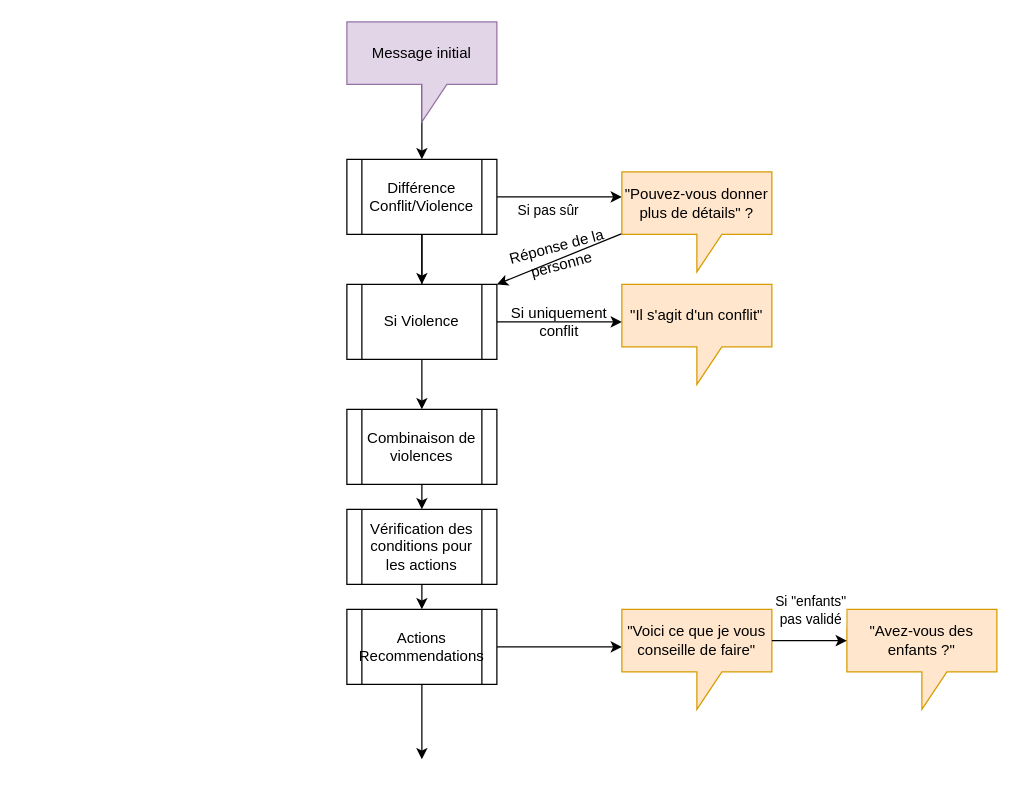
Earlier version of the draw.io diagram schematics.drawio (Ildsjel-EPFL/Haven). Source tidied: cells renumbered, new cells numbered last; positions are measured from the earlier drawing's top-left corner, leaving out a move shared by most shapes. Both pictures are drawn from the tidied source at 125%, with x=0, y=0 at pixel (346, 21).
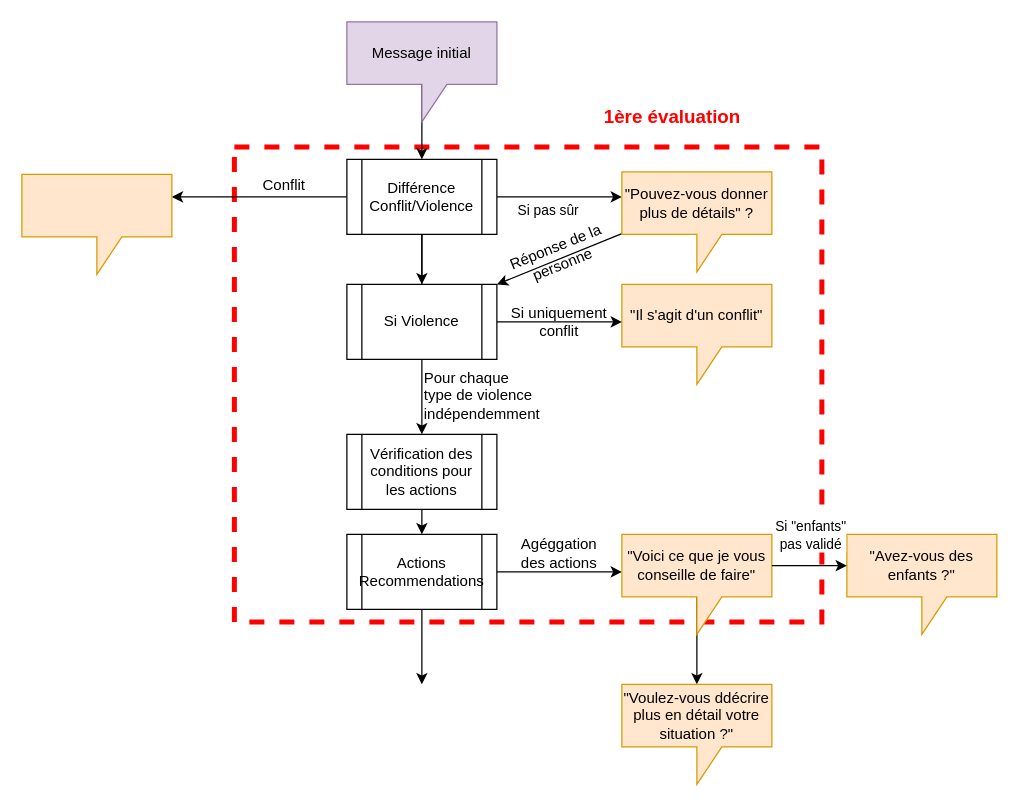
Above is the later version.

Commit message (it also covers changes not shown here):
feat: Implement first round evaluation for situation and conditions, update violence criteria handling

Unchanged cells that the change refers to:
```xml
<mxCell id="8" value="Différence Conflit/Violence" style="shape=process;whiteSpace=wrap;html=1;backgroundOutline=1;" parent="1" vertex="1">
  <mxGeometry y="110" width="120" height="60" as="geometry" />
</mxCell>
```

Diff of the diagram source:
```diff
@@
+    <mxCell id="27" style="rounded=0;whiteSpace=wrap;html=1;fillColor=none;strokeColor=#FF0000;dashed=1;strokeWidth=4;" parent="1" vertex="1">
+      <mxGeometry x="-90" y="100" width="470" height="380" as="geometry" />
+    </mxCell>
@@
-    <mxCell id="6" style="edgeStyle=none;html=1;entryX=0.5;entryY=0;entryDx=0;entryDy=0;" parent="1" edge="1" source="8">
-      <mxGeometry relative="1" as="geometry">
-        <mxPoint x="60" y="310" as="targetPoint" />
-      </mxGeometry>
+    <mxCell id="6" style="edgeStyle=none;html=1;entryX=0.5;entryY=0;entryDx=0;entryDy=0;" parent="1" edge="1" source="8" target="19">
+      <mxGeometry relative="1" as="geometry" />
     </mxCell>
@@
+    <mxCell id="28" style="edgeStyle=none;html=1;" parent="1" edge="1" source="8">
+      <mxGeometry relative="1" as="geometry">
+        <mxPoint x="-140" y="140" as="targetPoint" />
+      </mxGeometry>
+    </mxCell>
@@
-    <mxCell id="15" value="Réponse de la personne" style="text;html=1;whiteSpace=wrap;strokeColor=none;fillColor=none;align=center;verticalAlign=middle;rounded=0;rotation=-15;" parent="1" vertex="1">
+    <mxCell id="15" value="Réponse de la personne" style="text;html=1;whiteSpace=wrap;strokeColor=none;fillColor=none;align=center;verticalAlign=middle;rounded=0;rotation=338;" parent="1" vertex="1">
       <mxGeometry x="120" y="172" width="100" height="30" as="geometry" />
     </mxCell>
-    <mxCell id="16" style="edgeStyle=none;html=1;entryX=0.5;entryY=0;entryDx=0;entryDy=0;" parent="1" edge="1" source="17" target="19">
-      <mxGeometry relative="1" as="geometry" />
-    </mxCell>
-    <mxCell id="17" value="Combinaison de violences" style="shape=process;whiteSpace=wrap;html=1;backgroundOutline=1;" parent="1" vertex="1">
-      <mxGeometry y="310" width="120" height="60" as="geometry" />
-    </mxCell>
@@
     <mxCell id="19" value="Vérification des conditions pour les actions" style="shape=process;whiteSpace=wrap;html=1;backgroundOutline=1;" parent="1" vertex="1">
-      <mxGeometry y="390" width="120" height="60" as="geometry" />
+      <mxGeometry y="330" width="120" height="60" as="geometry" />
     </mxCell>
     <mxCell id="20" style="edgeStyle=none;html=1;" parent="1" edge="1" source="22">
       <mxGeometry relative="1" as="geometry">
-        <mxPoint x="60" y="590" as="targetPoint" />
+        <mxPoint x="60" y="530" as="targetPoint" />
       </mxGeometry>
     </mxCell>
     <mxCell id="21" style="edgeStyle=none;html=1;" parent="1" edge="1" source="22">
       <mxGeometry relative="1" as="geometry">
-        <mxPoint x="220" y="500" as="targetPoint" />
+        <mxPoint x="220" y="440" as="targetPoint" />
       </mxGeometry>
     </mxCell>
     <mxCell id="22" value="Actions Recommendations" style="shape=process;whiteSpace=wrap;html=1;backgroundOutline=1;" parent="1" vertex="1">
-      <mxGeometry y="470" width="120" height="60" as="geometry" />
+      <mxGeometry y="410" width="120" height="60" as="geometry" />
     </mxCell>
+    <mxCell id="29" style="edgeStyle=none;html=1;" parent="1" edge="1" source="23" target="35">
+      <mxGeometry relative="1" as="geometry" />
+    </mxCell>
     <mxCell id="23" value="&quot;Voici ce que je vous conseille de faire&quot;" style="shape=callout;whiteSpace=wrap;html=1;perimeter=calloutPerimeter;fillColor=#ffe6cc;strokeColor=#d79b00;" parent="1" vertex="1">
-      <mxGeometry x="220" y="470" width="120" height="80" as="geometry" />
+      <mxGeometry x="220" y="410" width="120" height="80" as="geometry" />
     </mxCell>
     <mxCell id="24" value="&quot;Avez-vous des enfants ?&quot;" style="shape=callout;whiteSpace=wrap;html=1;perimeter=calloutPerimeter;fillColor=#ffe6cc;strokeColor=#d79b00;" parent="1" vertex="1">
-      <mxGeometry x="400" y="470" width="120" height="80" as="geometry" />
+      <mxGeometry x="400" y="410" width="120" height="80" as="geometry" />
     </mxCell>
@@
+    <mxCell id="30" value="&lt;b&gt;1ère évaluation&lt;/b&gt;" style="text;strokeColor=none;fillColor=none;align=left;verticalAlign=middle;spacingLeft=4;spacingRight=4;overflow=hidden;whiteSpace=wrap;html=1;fontColor=#FF0000;fontSize=15;labelBorderColor=none;" parent="1" vertex="1">
+      <mxGeometry x="200" y="60" width="120" height="30" as="geometry" />
+    </mxCell>
+    <mxCell id="31" value="&lt;span style=&quot;color: rgb(0, 0, 0);&quot;&gt;Pour chaque&lt;/span&gt;&lt;br style=&quot;color: rgb(63, 63, 63); scrollbar-color: rgba(121, 121, 121, 0.4) rgb(31, 31, 31);&quot;&gt;&lt;span style=&quot;color: rgb(0, 0, 0);&quot;&gt;type de violence&lt;br&gt;indépendemment&lt;/span&gt;" style="text;html=1;whiteSpace=wrap;strokeColor=none;fillColor=none;align=left;verticalAlign=middle;rounded=0;" parent="1" vertex="1">
+      <mxGeometry x="60" y="284" width="90" height="30" as="geometry" />
+    </mxCell>
+    <mxCell id="32" value="Agéggation des actions" style="text;html=1;whiteSpace=wrap;strokeColor=none;fillColor=none;align=center;verticalAlign=middle;rounded=0;spacing=7;" parent="1" vertex="1">
+      <mxGeometry x="130" y="410" width="80" height="30" as="geometry" />
+    </mxCell>
+    <mxCell id="33" style="shape=callout;whiteSpace=wrap;html=1;perimeter=calloutPerimeter;fillColor=#ffe6cc;strokeColor=#d79b00;" parent="1" vertex="1">
+      <mxGeometry x="-260" y="122" width="120" height="80" as="geometry" />
+    </mxCell>
+    <mxCell id="34" value="Conflit" style="text;html=1;whiteSpace=wrap;strokeColor=none;fillColor=none;align=center;verticalAlign=middle;rounded=0;" parent="1" vertex="1">
+      <mxGeometry x="-80" y="116" width="60" height="30" as="geometry" />
+    </mxCell>
+    <mxCell id="35" value="&quot;Voulez-vous ddécrire plus en détail votre situation ?&quot;" style="shape=callout;whiteSpace=wrap;html=1;perimeter=calloutPerimeter;fillColor=#ffe6cc;strokeColor=#d79b00;" parent="1" vertex="1">
+      <mxGeometry x="220" y="530" width="120" height="80" as="geometry" />
+    </mxCell>
```
